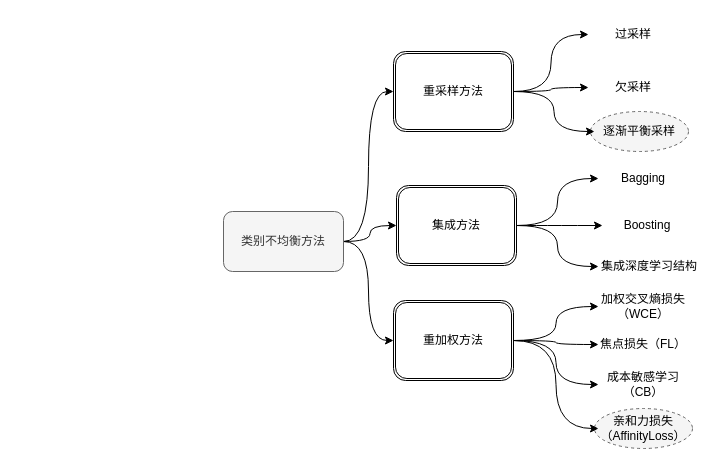
The draw.io diagram 未命名绘图.drawio in lcq666666/lcq666666.github.io, before the edit. Source tidied: cells renumbered, new cells numbered last; positions are measured from the earlier drawing's top-left corner, leaving out a move shared by most shapes. Both pictures are drawn from the tidied source at 100%, with x=0, y=0 at pixel (223, 17).
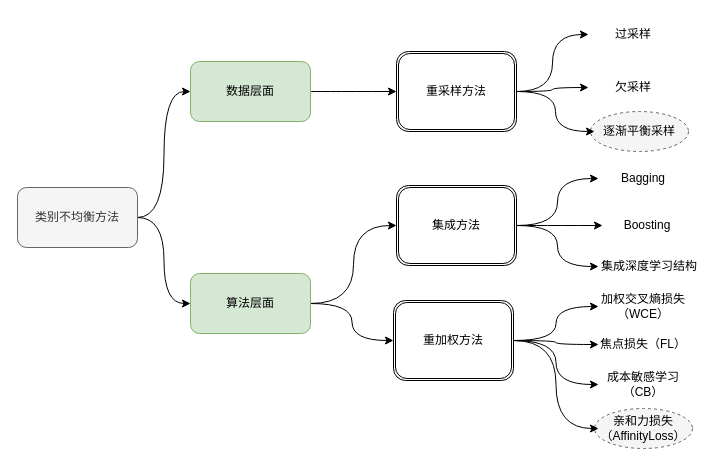
After the change.

Commit message:
更新未命名绘图.drawio

Unchanged cells that the change refers to:
```xml
<mxCell id="12" value="集成方法" style="shape=ext;double=1;rounded=1;whiteSpace=wrap;html=1;" parent="1" vertex="1">
  <mxGeometry x="173" y="168" width="120" height="80" as="geometry" />
</mxCell>
<mxCell id="21" value="重加权方法" style="shape=ext;double=1;rounded=1;whiteSpace=wrap;html=1;" parent="1" vertex="1">
  <mxGeometry x="170" y="283" width="120" height="80" as="geometry" />
</mxCell>
```

Diff of the diagram source:
```diff
@@
-    <mxCell id="5" style="edgeStyle=orthogonalEdgeStyle;rounded=0;jettySize=auto;html=1;exitX=1;exitY=0.5;exitDx=0;exitDy=0;entryX=0;entryY=0.5;entryDx=0;entryDy=0;curved=1;" parent="1" edge="1" source="8" target="12">
-      <mxGeometry relative="1" as="geometry" />
-    </mxCell>
-    <mxCell id="6" style="edgeStyle=orthogonalEdgeStyle;rounded=0;jettySize=auto;html=1;exitX=1;exitY=0.5;exitDx=0;exitDy=0;entryX=0;entryY=0.5;entryDx=0;entryDy=0;curved=1;" parent="1" edge="1" source="8" target="16">
-      <mxGeometry relative="1" as="geometry" />
-    </mxCell>
-    <mxCell id="7" style="edgeStyle=orthogonalEdgeStyle;rounded=0;jettySize=auto;html=1;exitX=1;exitY=0.5;exitDx=0;exitDy=0;entryX=0;entryY=0.5;entryDx=0;entryDy=0;curved=1;" parent="1" edge="1" source="8" target="21">
-      <mxGeometry relative="1" as="geometry" />
-    </mxCell>
+    <mxCell id="31" style="edgeStyle=orthogonalEdgeStyle;curved=1;rounded=0;jettySize=auto;html=1;exitX=1;exitY=0.5;exitDx=0;exitDy=0;entryX=0;entryY=0.5;entryDx=0;entryDy=0;" parent="1" edge="1" source="8" target="34">
+      <mxGeometry relative="1" as="geometry" />
+    </mxCell>
+    <mxCell id="32" style="edgeStyle=orthogonalEdgeStyle;curved=1;rounded=0;jettySize=auto;html=1;exitX=1;exitY=0.5;exitDx=0;exitDy=0;entryX=0;entryY=0.5;entryDx=0;entryDy=0;" parent="1" edge="1" source="8" target="37">
+      <mxGeometry relative="1" as="geometry" />
+    </mxCell>
     <mxCell id="8" value="类别不均衡方法" style="rounded=1;whiteSpace=wrap;html=1;fillColor=#f5f5f5;strokeColor=#666666;fontColor=#333333;" parent="1" vertex="1">
-      <mxGeometry y="194" width="120" height="60" as="geometry" />
+      <mxGeometry x="-206" y="170" width="120" height="60" as="geometry" />
     </mxCell>
@@
     <mxCell id="16" value="重采样方法" style="shape=ext;double=1;rounded=1;whiteSpace=wrap;html=1;" parent="1" vertex="1">
-      <mxGeometry x="170" y="34" width="120" height="80" as="geometry" />
+      <mxGeometry x="173" y="34" width="120" height="80" as="geometry" />
     </mxCell>
@@
+    <mxCell id="33" style="edgeStyle=orthogonalEdgeStyle;curved=1;rounded=0;jettySize=auto;html=1;exitX=1;exitY=0.5;exitDx=0;exitDy=0;entryX=0;entryY=0.5;entryDx=0;entryDy=0;" parent="1" edge="1" source="34" target="16">
+      <mxGeometry relative="1" as="geometry" />
+    </mxCell>
+    <mxCell id="34" value="数据层面" style="rounded=1;whiteSpace=wrap;html=1;fillColor=#d5e8d4;strokeColor=#82b366;" parent="1" vertex="1">
+      <mxGeometry x="-33" y="44" width="120" height="60" as="geometry" />
+    </mxCell>
+    <mxCell id="35" style="edgeStyle=orthogonalEdgeStyle;curved=1;rounded=0;jettySize=auto;html=1;exitX=1;exitY=0.5;exitDx=0;exitDy=0;entryX=0;entryY=0.5;entryDx=0;entryDy=0;" parent="1" edge="1" source="37" target="12">
+      <mxGeometry relative="1" as="geometry" />
+    </mxCell>
+    <mxCell id="36" style="edgeStyle=orthogonalEdgeStyle;curved=1;rounded=0;jettySize=auto;html=1;exitX=1;exitY=0.5;exitDx=0;exitDy=0;" parent="1" edge="1" source="37" target="21">
+      <mxGeometry relative="1" as="geometry" />
+    </mxCell>
+    <mxCell id="37" value="算法层面" style="rounded=1;whiteSpace=wrap;html=1;fillColor=#d5e8d4;strokeColor=#82b366;" parent="1" vertex="1">
+      <mxGeometry x="-33" y="256" width="120" height="60" as="geometry" />
+    </mxCell>
```
